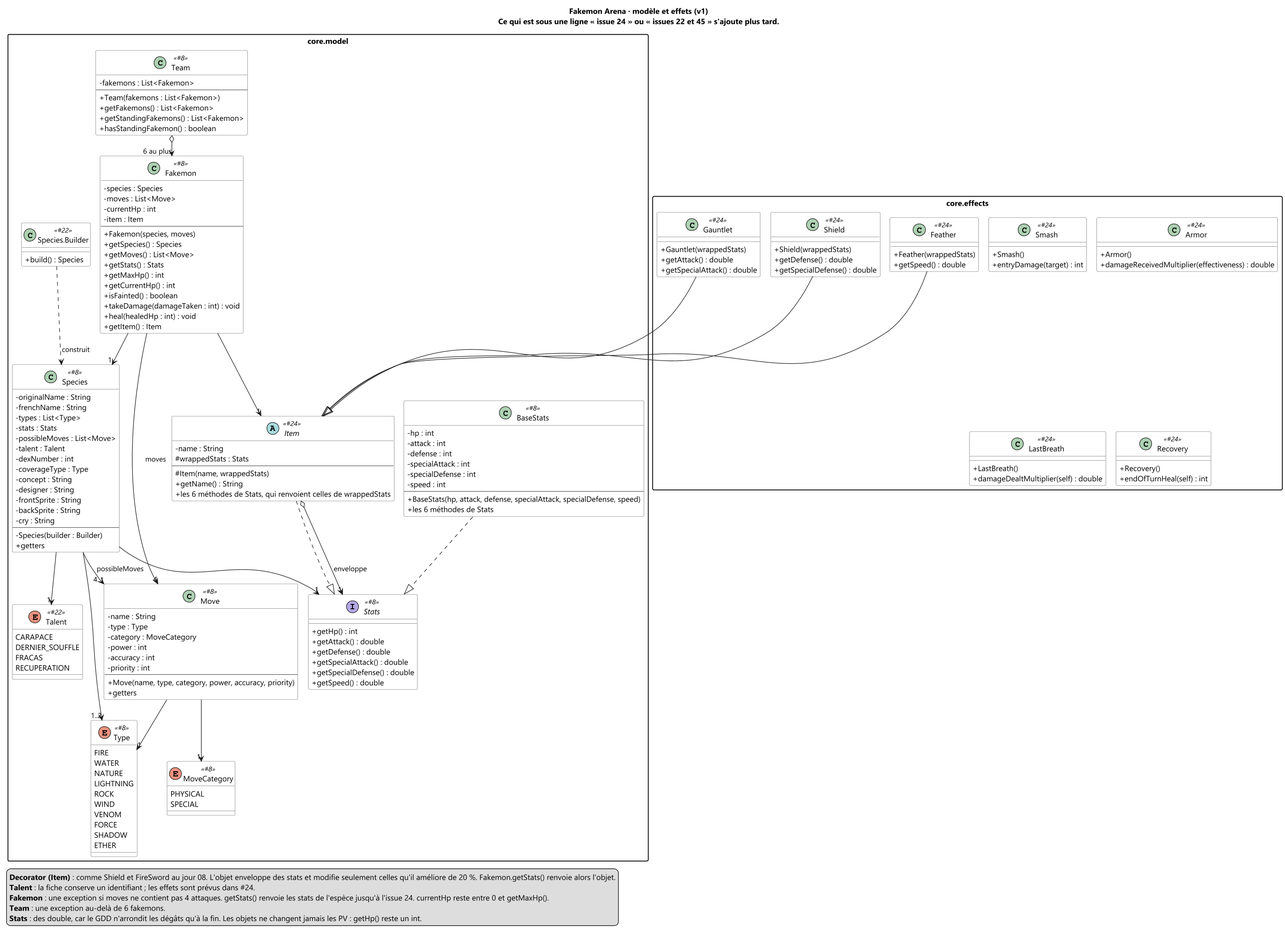
Earlier version of the PlantUML export docs/uml/classes-modele.png (OnerAliCan/fakemon-arena).
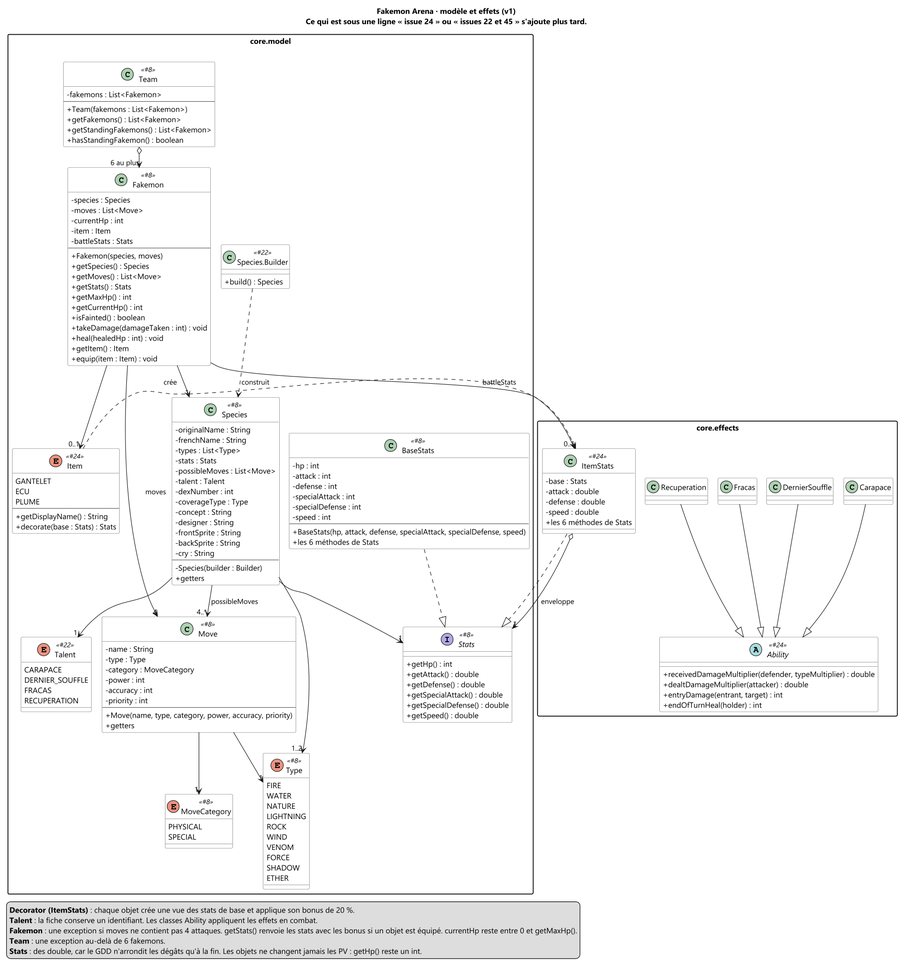
The same diagram one commit later.

What changed in the source:
```diff
@@ -91,6 +91,7 @@
     - moves : List<Move>
     - currentHp : int
     - item : Item
+    - battleStats : Stats
     --
     + Fakemon(species, moves)
     + getSpecies() : Species
@@ -102,6 +103,7 @@
     + takeDamage(damageTaken : int) : void
     + heal(healedHp : int) : void
     + getItem() : Item
+    + equip(item : Item) : void
   }
 
   class Team <<#8>> {
@@ -113,13 +115,13 @@
     + hasStandingFakemon() : boolean
   }
 
-  abstract class Item <<#24>> {
-    - name : String
-    # wrappedStats : Stats
+  enum Item <<#24>> {
+    GANTELET
+    ECU
+    PLUME
     --
-    # Item(name, wrappedStats)
-    + getName() : String
-    + les 6 méthodes de Stats, qui renvoient celles de wrappedStats
+    + getDisplayName() : String
+    + decorate(base : Stats) : Stats
   }
 
   enum Talent <<#22>> {
@@ -131,46 +133,33 @@
 }
 
 package "core.effects" {
-  class Gauntlet <<#24>> {
-    + Gauntlet(wrappedStats)
-    + getAttack() : double
-    + getSpecialAttack() : double
+  class ItemStats <<#24>> {
+    - base : Stats
+    - attack : double
+    - defense : double
+    - speed : double
+    + les 6 méthodes de Stats
   }
-  class Shield <<#24>> {
-    + Shield(wrappedStats)
-    + getDefense() : double
-    + getSpecialDefense() : double
+  abstract class Ability <<#24>> {
+    + receivedDamageMultiplier(defender, typeMultiplier) : double
+    + dealtDamageMultiplier(attacker) : double
+    + entryDamage(entrant, target) : int
+    + endOfTurnHeal(holder) : int
   }
-  class Feather <<#24>> {
-    + Feather(wrappedStats)
-    + getSpeed() : double
-  }
-
-  class Smash <<#24>> {
-    + Smash()
-    + entryDamage(target) : int
-  }
-  class Armor <<#24>> {
-    + Armor()
-    + damageReceivedMultiplier(effectiveness) : double
-  }
-  class LastBreath <<#24>> {
-    + LastBreath()
-    + damageDealtMultiplier(self) : double
-  }
-  class Recovery <<#24>> {
-    + Recovery()
-    + endOfTurnHeal(self) : int
-  }
+  class Carapace
+  class DernierSouffle
+  class Fracas
+  class Recuperation
 }
 
 BaseStats ..|> Stats
-Item ..|> Stats
-Item o--> "1" Stats : enveloppe
-Gauntlet --|> Item
-Shield --|> Item
-Feather --|> Item
-
+ItemStats ..|> Stats
+ItemStats o--> "1" Stats : enveloppe
+Item ..> ItemStats : crée
+Carapace --|> Ability
+DernierSouffle --|> Ability
+Fracas --|> Ability
+Recuperation --|> Ability
 
 SpeciesBuilder ..> Species : construit
 Species --> "1" Stats
@@ -179,15 +168,16 @@
 Species --> "1" Talent
 Fakemon --> "1" Species
 Fakemon --> "4" Move : moves
-Fakemon --> "1" Item
+Fakemon --> "0..1" Item
+Fakemon --> "0..1" ItemStats : battleStats
 Team o--> "6 au plus" Fakemon
 Move --> "1" Type
 Move --> "1" MoveCategory
 
 legend bottom left
-  <b>Decorator (Item)</b> : comme Shield et FireSword au jour 08. L'objet enveloppe des stats et modifie seulement celles qu'il améliore de 20 %. Fakemon.getStats() renvoie alors l'objet.
-  <b>Talent</b> : la fiche conserve un identifiant ; les effets sont prévus dans #24.
-  <b>Fakemon</b> : une exception si moves ne contient pas 4 attaques. getStats() renvoie les stats de l'espèce jusqu'à l'issue 24. currentHp reste entre 0 et getMaxHp().
+  <b>Decorator (ItemStats)</b> : chaque objet crée une vue des stats de base et applique son bonus de 20 %.
+  <b>Talent</b> : la fiche conserve un identifiant. Les classes Ability appliquent les effets en combat.
+  <b>Fakemon</b> : une exception si moves ne contient pas 4 attaques. getStats() renvoie les stats avec les bonus si un objet est équipé. currentHp reste entre 0 et getMaxHp().
   <b>Team</b> : une exception au-delà de 6 fakemons.
   <b>Stats</b> : des double, car le GDD n'arrondit les dégâts qu'à la fin. Les objets ne changent jamais les PV : getHp() reste un int.
 endlegend
```
